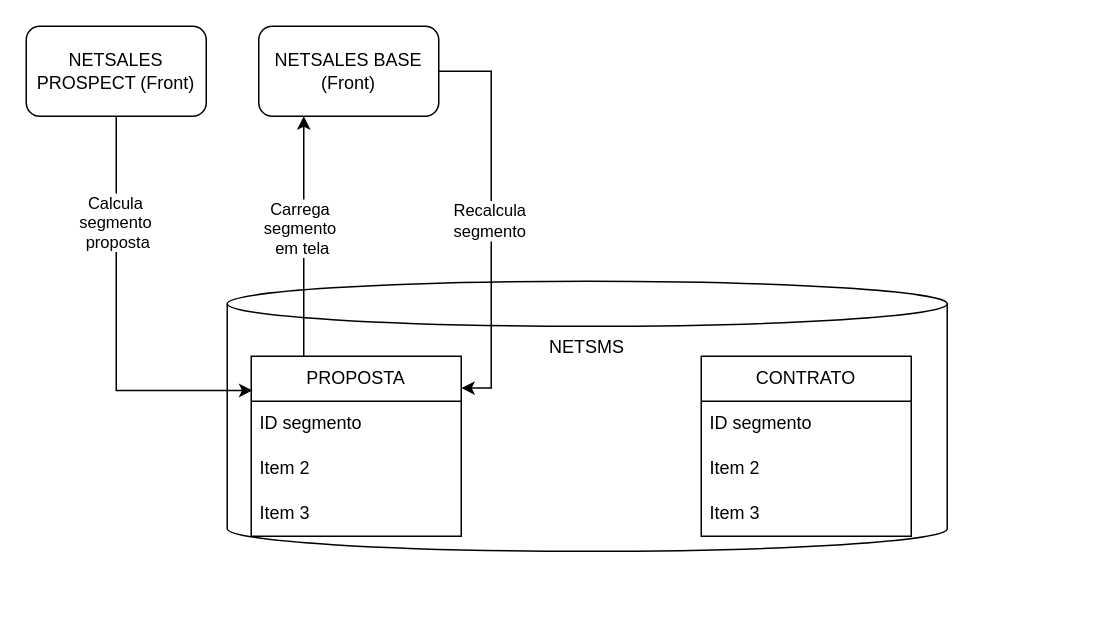
Before: Segmentação Contrato Corporativo.drawio in samirali/ClaroBrasil, a draw.io diagram. Source tidied: cells renumbered, new cells numbered last; positions are measured from the earlier drawing's top-left corner, leaving out a move shared by most shapes. Both pictures are drawn from the tidied source at 150%, with x=0, y=0 at pixel (26, 26).
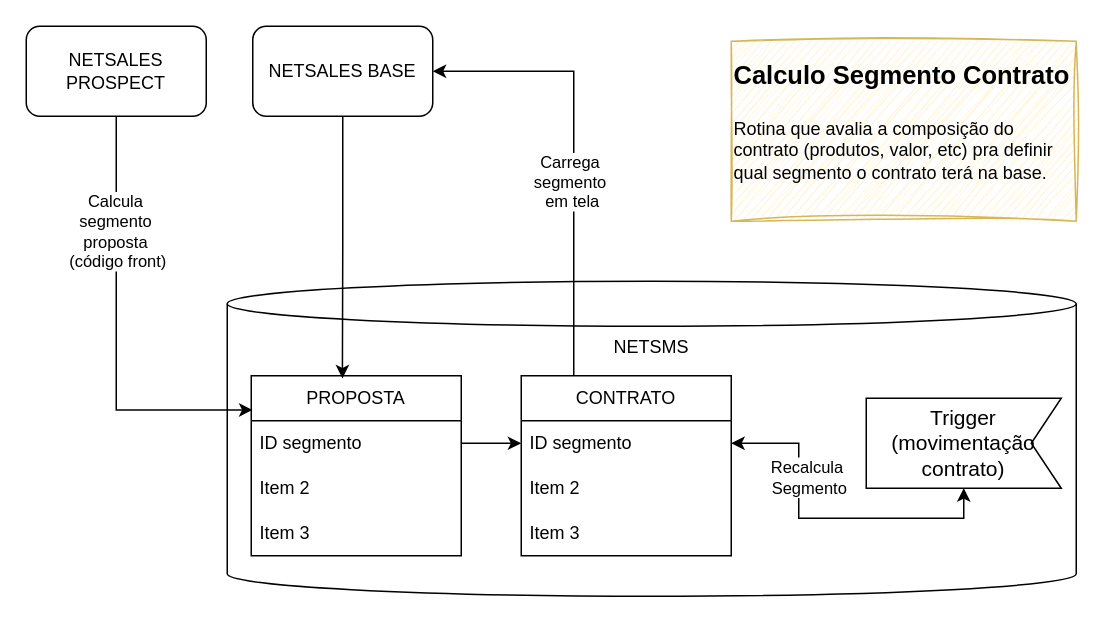
The same page after the edit.

Unchanged cells that the change refers to:
```xml
<mxCell id="7" value="ID segmento" style="text;strokeColor=none;fillColor=none;align=left;verticalAlign=middle;spacingLeft=4;spacingRight=4;overflow=hidden;points=[[0,0.5],[1,0.5]];portConstraint=eastwest;whiteSpace=wrap;html=1;" parent="6" vertex="1">
  <mxGeometry y="30" width="140" height="30" as="geometry" />
</mxCell>
<mxCell id="11" value="ID segmento" style="text;strokeColor=none;fillColor=none;align=left;verticalAlign=middle;spacingLeft=4;spacingRight=4;overflow=hidden;points=[[0,0.5],[1,0.5]];portConstraint=eastwest;whiteSpace=wrap;html=1;" parent="10" vertex="1">
  <mxGeometry y="30" width="140" height="30" as="geometry" />
</mxCell>
<mxCell id="14" style="edgeStyle=orthogonalEdgeStyle;rounded=0;jettySize=auto;html=1;entryX=0.006;entryY=0.19;entryDx=0;entryDy=0;exitX=0.5;exitY=1;exitDx=0;exitDy=0;entryPerimeter=0;" parent="1" edge="1" source="3" target="6">
  <mxGeometry relative="1" as="geometry" />
</mxCell>
```

The edit, as a diff of the source:
```diff
@@
     <mxCell id="2" value="NETSMS" style="shape=cylinder3;whiteSpace=wrap;html=1;boundedLbl=1;backgroundOutline=1;size=15;verticalAlign=top;" parent="1" vertex="1">
-      <mxGeometry x="134" y="170" width="480" height="180" as="geometry" />
+      <mxGeometry x="134" y="170" width="566" height="210" as="geometry" />
     </mxCell>
-    <mxCell id="3" value="NETSALES PROSPECT (Front)" style="rounded=1;whiteSpace=wrap;html=1;" parent="1" vertex="1">
+    <mxCell id="3" value="NETSALES PROSPECT" style="rounded=1;whiteSpace=wrap;html=1;" parent="1" vertex="1">
       <mxGeometry width="120" height="60" as="geometry" />
     </mxCell>
-    <mxCell id="4" style="edgeStyle=orthogonalEdgeStyle;rounded=0;jettySize=auto;html=1;entryX=0.25;entryY=1;entryDx=0;entryDy=0;exitX=0.25;exitY=0;exitDx=0;exitDy=0;" parent="1" edge="1" source="6" target="18">
+    <mxCell id="4" style="edgeStyle=orthogonalEdgeStyle;rounded=0;jettySize=auto;html=1;entryX=1;entryY=0.5;entryDx=0;entryDy=0;exitX=0.25;exitY=0;exitDx=0;exitDy=0;" parent="1" edge="1" source="10" target="18">
       <mxGeometry relative="1" as="geometry" />
     </mxCell>
     <mxCell id="5" value="Carrega&amp;nbsp;&lt;div&gt;segmento&amp;nbsp;&lt;/div&gt;&lt;div&gt;em tela&lt;/div&gt;" style="edgeLabel;html=1;align=center;verticalAlign=middle;" parent="4" vertex="1">
-      <mxGeometry x="0.07" y="2" relative="1" as="geometry" />
+      <mxGeometry x="0.07" y="2" relative="1" as="geometry">
+        <mxPoint y="29" as="offset" />
+      </mxGeometry>
     </mxCell>
     <mxCell id="6" value="PROPOSTA" style="swimlane;fontStyle=0;horizontal=1;startSize=30;whiteSpace=wrap;html=1;" parent="1" vertex="1">
-      <mxGeometry x="150" y="220" width="140" height="120" as="geometry" />
+      <mxGeometry x="150" y="233" width="140" height="120" as="geometry" />
     </mxCell>
@@
     <mxCell id="10" value="CONTRATO" style="swimlane;fontStyle=0;horizontal=1;startSize=30;whiteSpace=wrap;html=1;" parent="1" vertex="1">
-      <mxGeometry x="450" y="220" width="140" height="120" as="geometry" />
+      <mxGeometry x="330" y="233" width="140" height="120" as="geometry" />
     </mxCell>
@@
-    <mxCell id="15" value="Calcula&amp;nbsp;&lt;div&gt;segmento&amp;nbsp;&lt;/div&gt;&lt;div&gt;proposta&lt;/div&gt;" style="edgeLabel;html=1;align=center;verticalAlign=middle;" parent="14" vertex="1">
+    <mxCell id="15" value="Calcula&amp;nbsp;&lt;div&gt;segmento&amp;nbsp;&lt;/div&gt;&lt;div&gt;proposta&amp;nbsp;&lt;/div&gt;&lt;div&gt;(código front)&lt;/div&gt;" style="edgeLabel;html=1;align=center;verticalAlign=middle;" parent="14" vertex="1">
       <mxGeometry x="-0.05" y="4" relative="1" as="geometry">
         <mxPoint x="-4" y="-60" as="offset" />
       </mxGeometry>
     </mxCell>
+    <mxCell id="18" value="NETSALES BASE" style="rounded=1;whiteSpace=wrap;html=1;" parent="1" vertex="1">
+      <mxGeometry x="151" width="120" height="60" as="geometry" />
+    </mxCell>
+    <mxCell id="19" style="edgeStyle=orthogonalEdgeStyle;rounded=0;jettySize=auto;html=1;" parent="1" edge="1" source="7" target="11">
+      <mxGeometry relative="1" as="geometry" />
+    </mxCell>
+    <mxCell id="20" value="Trigger (movimentação contrato)" style="html=1;shape=mxgraph.infographic.ribbonSimple;notch1=20;notch2=0;align=center;verticalAlign=middle;fontSize=14;fontStyle=0;flipH=1;fillColor=#FFFFFF;whiteSpace=wrap;" parent="1" vertex="1">
+      <mxGeometry x="560" y="248" width="130" height="60" as="geometry" />
+    </mxCell>
+    <mxCell id="21" style="edgeStyle=orthogonalEdgeStyle;rounded=0;jettySize=auto;html=1;startArrow=classic;startFill=1;entryX=0;entryY=0;entryDx=65;entryDy=60;entryPerimeter=0;exitX=1;exitY=0.5;exitDx=0;exitDy=0;" parent="1" edge="1" source="11" target="20">
+      <mxGeometry relative="1" as="geometry" />
+    </mxCell>
+    <mxCell id="22" value="Recalcula&amp;nbsp;&lt;div&gt;Segmento&lt;/div&gt;" style="edgeLabel;html=1;align=center;verticalAlign=middle;" parent="21" vertex="1">
+      <mxGeometry x="-0.06" relative="1" as="geometry">
+        <mxPoint x="-5" y="-28" as="offset" />
+      </mxGeometry>
+    </mxCell>
+    <mxCell id="23" value="&lt;h1 style=&quot;margin-top: 0px;&quot;&gt;&lt;font style=&quot;font-size: 17px;&quot;&gt;Calculo Segmento Contrato&lt;/font&gt;&lt;/h1&gt;&lt;p&gt;Rotina que avalia a composição do contrato (produtos, valor, etc) pra definir qual segmento o contrato terá na base.&lt;/p&gt;" style="text;html=1;whiteSpace=wrap;overflow=hidden;rounded=0;strokeColor=#d6b656;fillColor=#fff2cc;sketch=1;curveFitting=1;jiggle=2;" parent="1" vertex="1">
+      <mxGeometry x="470" y="10" width="230" height="120" as="geometry" />
+    </mxCell>
-    <mxCell id="16" style="edgeStyle=orthogonalEdgeStyle;rounded=0;jettySize=auto;html=1;exitX=1;exitY=0.5;exitDx=0;exitDy=0;entryX=1;entryY=0.177;entryDx=0;entryDy=0;entryPerimeter=0;" parent="1" edge="1" source="18" target="6">
+    <mxCell id="16" style="edgeStyle=orthogonalEdgeStyle;rounded=0;jettySize=auto;html=1;entryX=0.434;entryY=0.015;entryDx=0;entryDy=0;entryPerimeter=0;" parent="1" edge="1" source="18" target="6">
       <mxGeometry relative="1" as="geometry" />
     </mxCell>
-    <mxCell id="17" value="Recalcula&lt;div&gt;segmento&lt;/div&gt;" style="edgeLabel;html=1;align=center;verticalAlign=middle;" parent="16" vertex="1">
-      <mxGeometry x="-0.21" y="-2" relative="1" as="geometry">
-        <mxPoint y="29" as="offset" />
-      </mxGeometry>
-    </mxCell>
-    <mxCell id="18" value="NETSALES BASE (Front)" style="rounded=1;whiteSpace=wrap;html=1;" parent="1" vertex="1">
-      <mxGeometry x="155" width="120" height="60" as="geometry" />
-    </mxCell>
```
